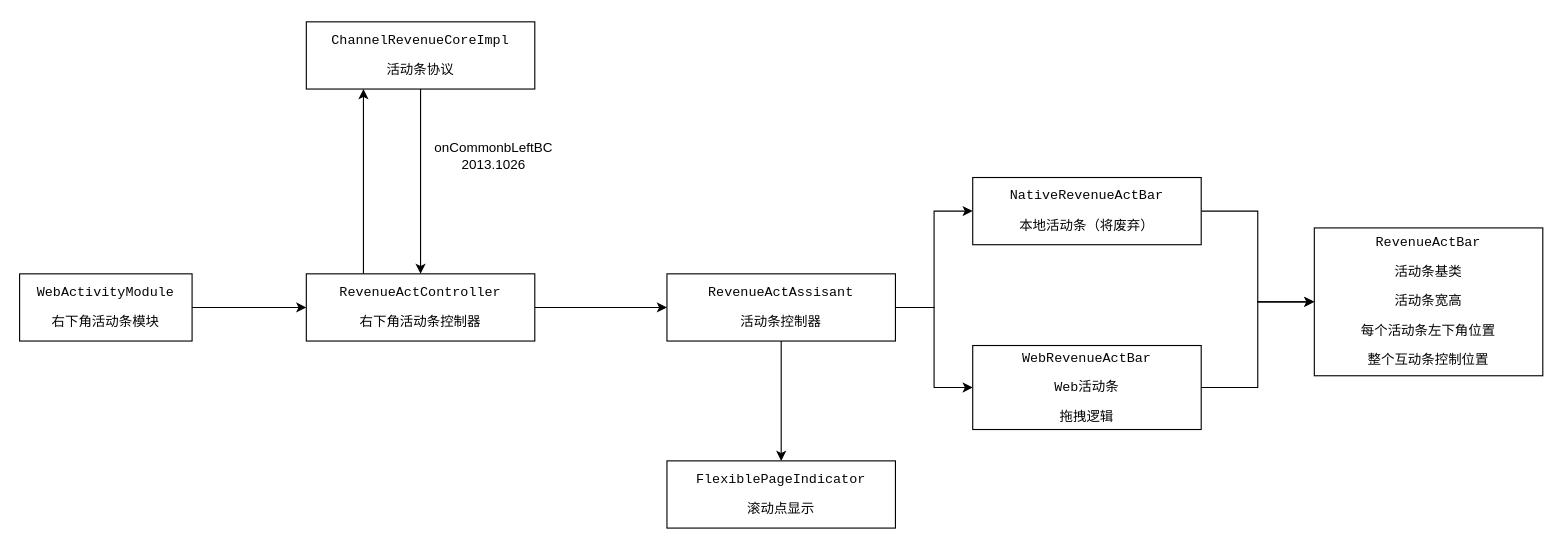
cangwang/news keeps this draw.io diagram as page "活动条1" (2 of 2) of 活动条.drawio. Above is the earlier version. Source tidied: cells renumbered, new cells numbered last; positions are measured from the earlier drawing's top-left corner, leaving out a move shared by most shapes. Both pictures are drawn from the tidied source at 112%, with x=0, y=0 at pixel (19, 21).
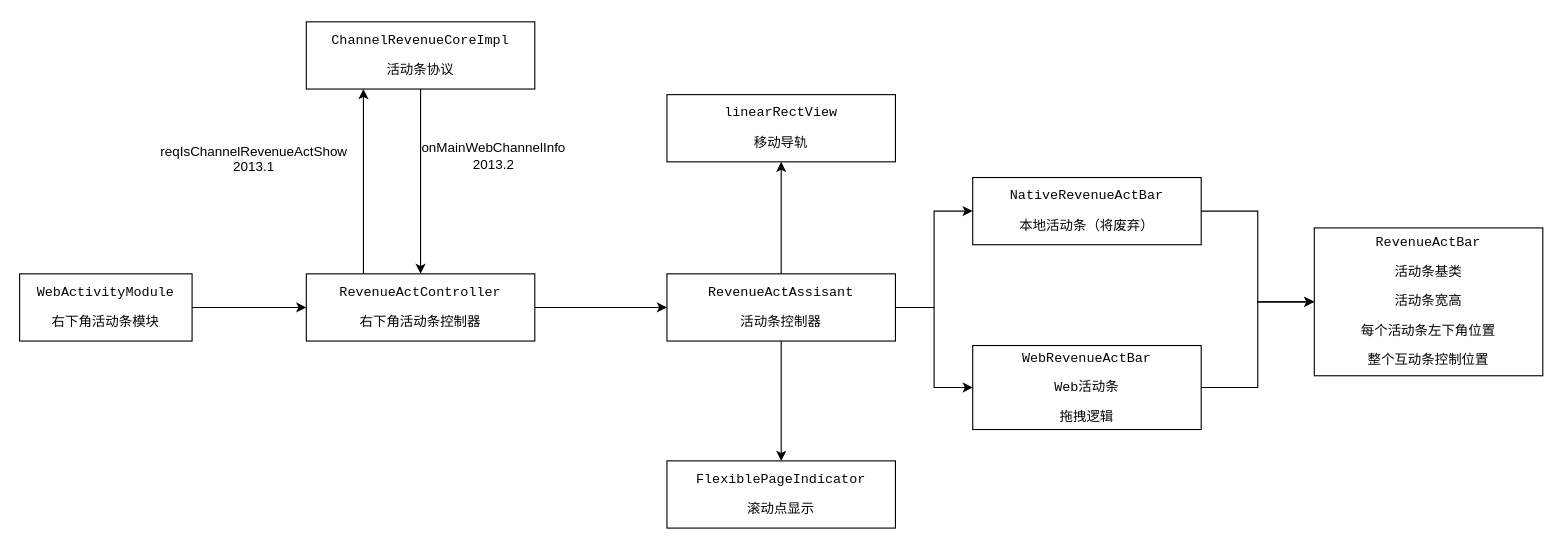
The same page after the edit.

Unchanged cells that the change refers to:
```xml
<mxCell id="13" value="&lt;pre style=&quot;font-size: 9pt&quot;&gt;&lt;font color=&quot;#050505&quot;&gt;&lt;span style=&quot;background-color: rgb(255 , 255 , 255)&quot;&gt;RevenueActAssisant&lt;/span&gt;&lt;/font&gt;&lt;/pre&gt;&lt;pre style=&quot;font-size: 9pt&quot;&gt;&lt;span style=&quot;background-color: rgb(255 , 255 , 255)&quot;&gt;&lt;font color=&quot;#050505&quot;&gt;活动条控制器&lt;/font&gt;&lt;/span&gt;&lt;/pre&gt;" style="rounded=0;whiteSpace=wrap;html=1;" parent="1" vertex="1">
  <mxGeometry x="578" y="225" width="204" height="60" as="geometry" />
</mxCell>
```

Diff of the diagram source:
```diff
@@
-    <mxCell id="9" value="onCommonbLeftBC&lt;br&gt;2013.1026" style="text;html=1;strokeColor=none;fillColor=none;align=center;verticalAlign=middle;whiteSpace=wrap;rounded=0;" parent="1" vertex="1">
+    <mxCell id="9" value="onMainWebChannelInfo&lt;br&gt;2013.2" style="text;html=1;strokeColor=none;fillColor=none;align=center;verticalAlign=middle;whiteSpace=wrap;rounded=0;" parent="1" vertex="1">
       <mxGeometry x="358" y="102" width="131" height="35" as="geometry" />
     </mxCell>
@@
+    <mxCell id="20" style="edgeStyle=orthogonalEdgeStyle;rounded=0;jettySize=auto;html=1;exitX=0.5;exitY=0;exitDx=0;exitDy=0;entryX=0.5;entryY=1;entryDx=0;entryDy=0;" parent="1" edge="1" source="13" target="22">
+      <mxGeometry relative="1" as="geometry" />
+    </mxCell>
@@
+    <mxCell id="21" value="&lt;div&gt;&lt;span&gt;&lt;font face=&quot;helvetica&quot;&gt;reqIsChannelRevenueActShow&lt;/font&gt;&lt;/span&gt;&lt;/div&gt;&lt;span style=&quot;color: rgb(0 , 0 , 0) ; font-family: &amp;#34;helvetica&amp;#34; ; font-size: 12px ; font-style: normal ; font-weight: 400 ; letter-spacing: normal ; text-indent: 0px ; text-transform: none ; word-spacing: 0px ; background-color: rgb(248 , 249 , 250) ; display: inline ; float: none&quot;&gt;2013.1&lt;/span&gt;" style="text;whiteSpace=wrap;html=1;align=center;" parent="1" vertex="1">
+      <mxGeometry x="147" y="102" width="125" height="42" as="geometry" />
+    </mxCell>
+    <mxCell id="22" value="&lt;pre style=&quot;font-size: 9pt&quot;&gt;&lt;font color=&quot;#050505&quot;&gt;&lt;span style=&quot;background-color: rgb(255 , 255 , 255)&quot;&gt;linearRectView&lt;/span&gt;&lt;/font&gt;&lt;/pre&gt;&lt;pre style=&quot;font-size: 9pt&quot;&gt;&lt;font color=&quot;#050505&quot;&gt;&lt;span style=&quot;background-color: rgb(255 , 255 , 255)&quot;&gt;移动导轨&lt;/span&gt;&lt;/font&gt;&lt;/pre&gt;" style="rounded=0;whiteSpace=wrap;html=1;" parent="1" vertex="1">
+      <mxGeometry x="578" y="65" width="204" height="60" as="geometry" />
+    </mxCell>
```
